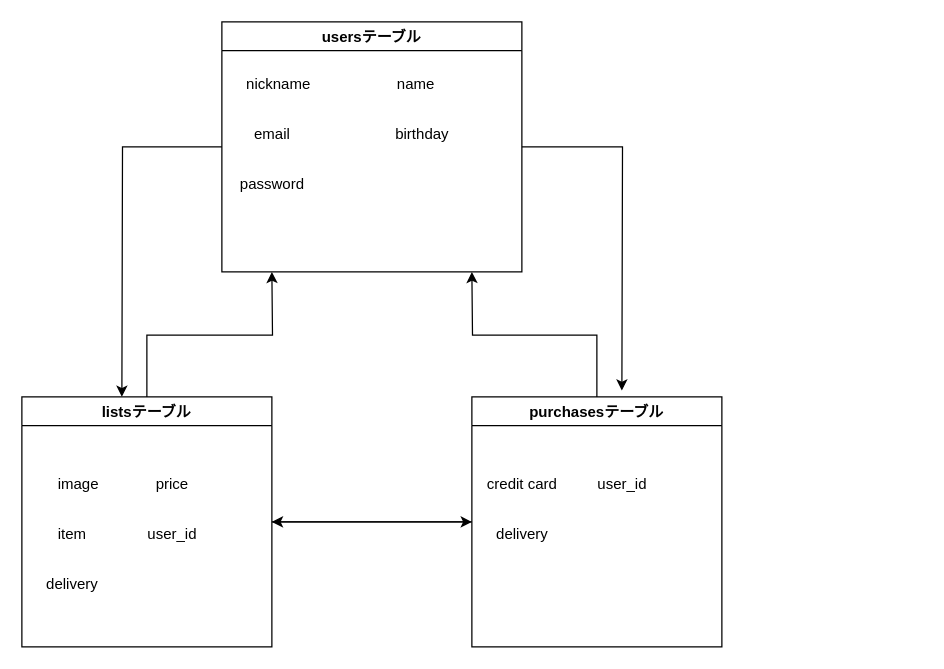
Before: fulima.dio in suwakouhei/furima-34729, a draw.io diagram. Source tidied: cells renumbered, new cells numbered last; positions are measured from the earlier drawing's top-left corner, leaving out a move shared by most shapes. Both pictures are drawn from the tidied source at 125%, with x=0, y=0 at pixel (21, 21).
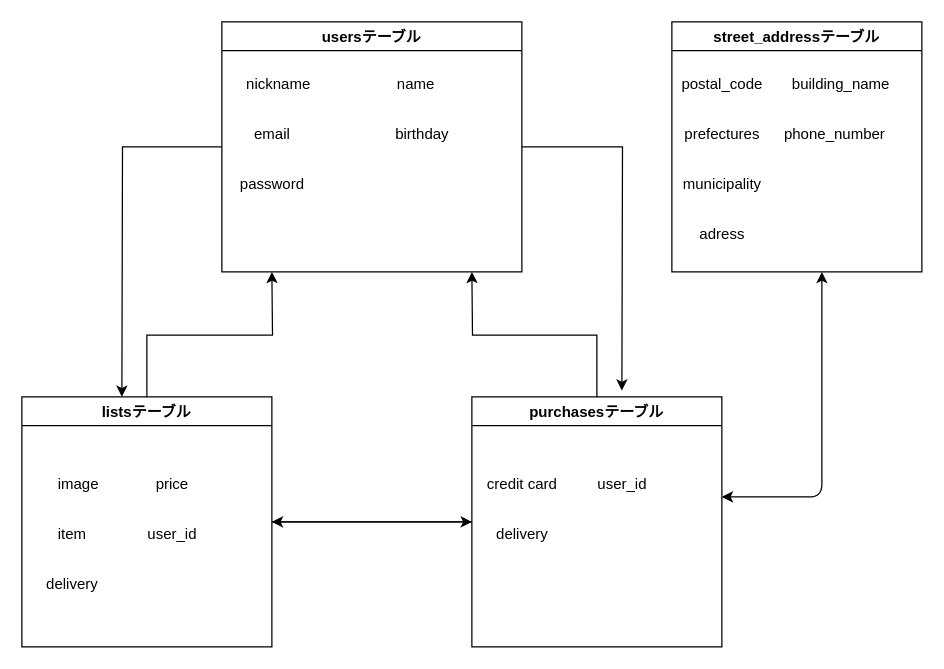
The same diagram, later.

Commit message:
新規テーブルを作成

Diff of the diagram source:
```diff
@@
+    <mxCell id="24" value="street_addressテーブル" style="swimlane;" parent="1" vertex="1">
+      <mxGeometry x="520" width="200" height="200" as="geometry" />
+    </mxCell>
+    <mxCell id="25" value="building_name" style="text;html=1;align=center;verticalAlign=middle;strokeColor=none;" parent="24" vertex="1">
+      <mxGeometry x="90" y="40" width="90" height="20" as="geometry" />
+    </mxCell>
+    <mxCell id="26" value="postal_code&lt;br&gt;" style="text;html=1;align=center;verticalAlign=middle;strokeColor=none;" parent="1" vertex="1">
+      <mxGeometry x="520" y="40" width="80" height="20" as="geometry" />
+    </mxCell>
+    <mxCell id="27" value="prefectures" style="text;html=1;align=center;verticalAlign=middle;strokeColor=none;" parent="1" vertex="1">
+      <mxGeometry x="520" y="80" width="80" height="20" as="geometry" />
+    </mxCell>
+    <mxCell id="28" value="municipality" style="text;html=1;align=center;verticalAlign=middle;strokeColor=none;" parent="1" vertex="1">
+      <mxGeometry x="520" y="120" width="80" height="20" as="geometry" />
+    </mxCell>
+    <mxCell id="29" value="adress" style="text;html=1;align=center;verticalAlign=middle;strokeColor=none;" parent="1" vertex="1">
+      <mxGeometry x="535" y="160" width="50" height="20" as="geometry" />
+    </mxCell>
+    <mxCell id="30" value="phone_number" style="text;html=1;align=center;verticalAlign=middle;strokeColor=none;" parent="1" vertex="1">
+      <mxGeometry x="600" y="80" width="100" height="20" as="geometry" />
+    </mxCell>
+    <mxCell id="31" style="endArrow=classic;startArrow=classic;html=1;" parent="1" edge="1">
+      <mxGeometry relative="1" as="geometry">
+        <mxPoint x="560" y="380" as="sourcePoint" />
+        <mxPoint x="640" y="200" as="targetPoint" />
+        <Array as="points">
+          <mxPoint x="640" y="380" />
+        </Array>
+      </mxGeometry>
+    </mxCell>
```
